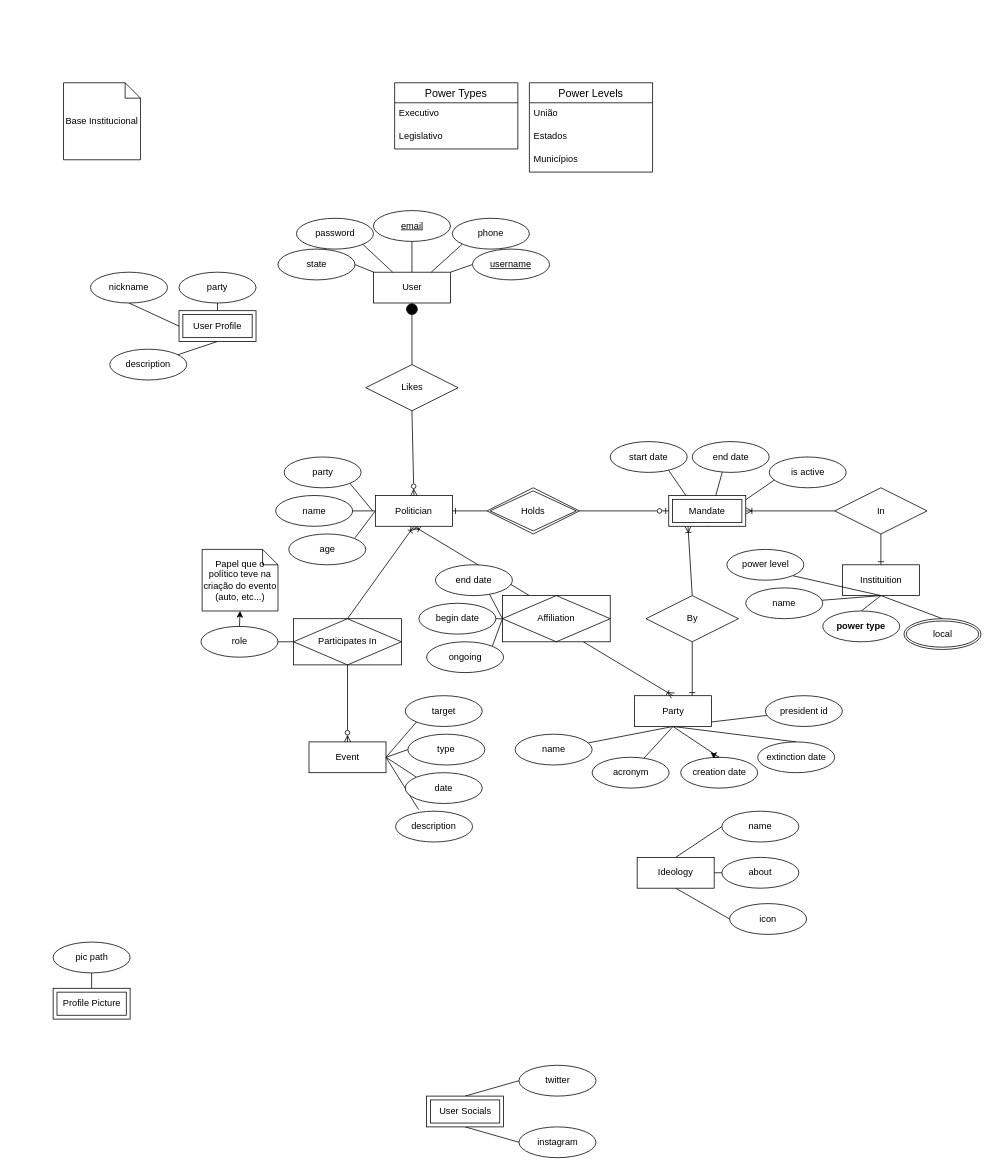
Earlier version of the draw.io diagram polelo.drawio (lik3as/polELO-django). Source tidied: cells renumbered, new cells numbered last; positions are measured from the earlier drawing's top-left corner, leaving out a move shared by most shapes. Both pictures are drawn from the tidied source at 77%, with x=0, y=0 at pixel (53, 82).
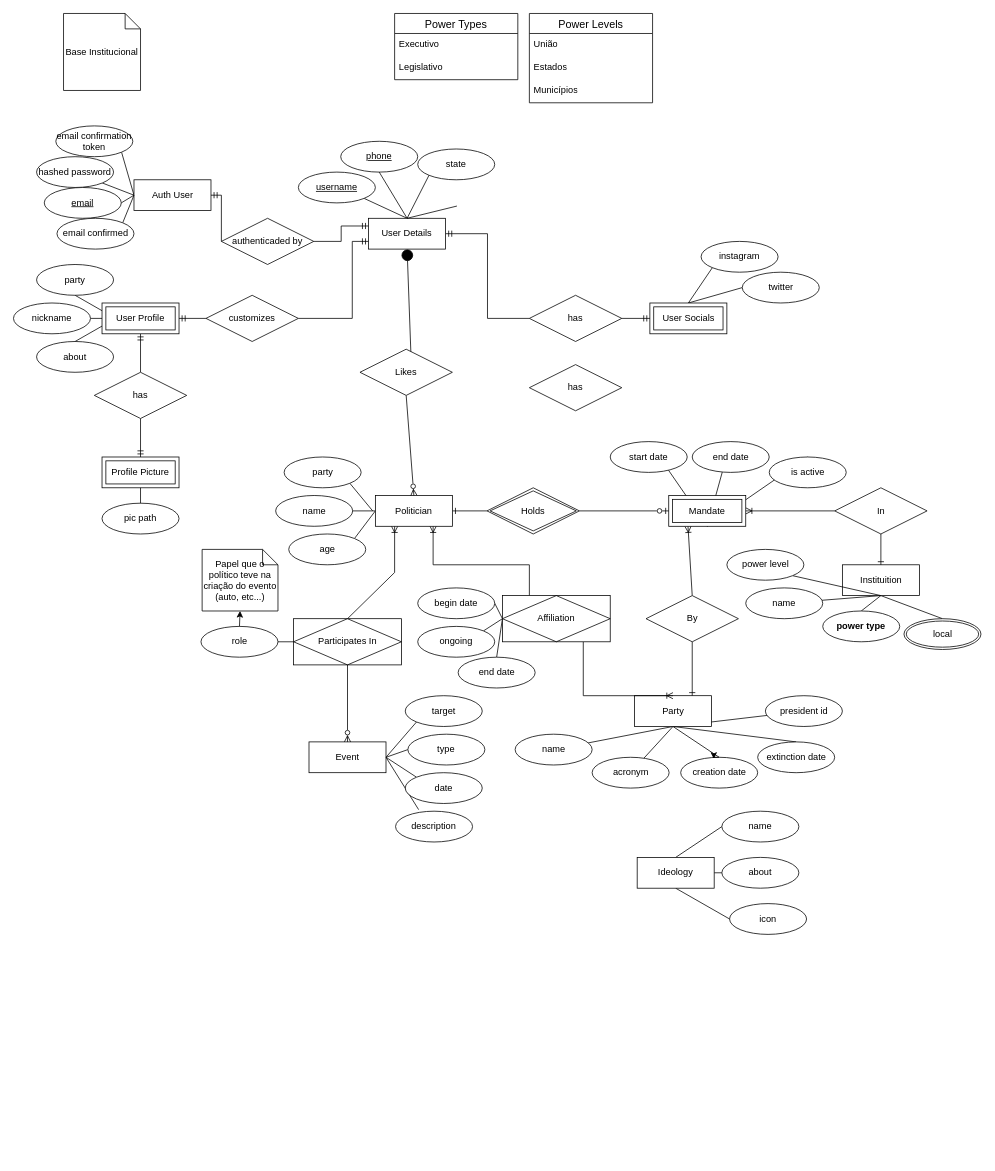
The same page after the edit.

Unchanged cells that the change refers to:
```xml
<mxCell id="8" value="Politician" style="whiteSpace=wrap;html=1;align=center;" parent="1" vertex="1">
  <mxGeometry x="418" y="536" width="100" height="40" as="geometry" />
</mxCell>
<mxCell id="51" value="Party" style="whiteSpace=wrap;html=1;align=center;" parent="1" vertex="1">
  <mxGeometry x="754.5" y="796" width="100" height="40" as="geometry" />
</mxCell>
<mxCell id="93" value="Affiliation" style="shape=associativeEntity;whiteSpace=wrap;html=1;align=center;" parent="1" vertex="1">
  <mxGeometry x="583" y="666" width="140" height="60" as="geometry" />
</mxCell>
<mxCell id="108" value="Participates In" style="shape=associativeEntity;whiteSpace=wrap;html=1;align=center;" parent="1" vertex="1">
  <mxGeometry x="311.8" y="696" width="140" height="60" as="geometry" />
</mxCell>
```

Diff of the diagram source:
```diff
@@
-    <mxCell id="6" style="rounded=0;jettySize=auto;html=1;exitX=0.5;exitY=1;exitDx=0;exitDy=0;entryX=0.25;entryY=0;entryDx=0;entryDy=0;endArrow=none;endFill=0;flowAnimation=1;startArrow=ERoneToMany;startFill=0;" parent="1" edge="1" source="8" target="93">
-      <mxGeometry relative="1" as="geometry" />
+    <mxCell id="6" style="rounded=0;jettySize=auto;html=1;exitX=0.75;exitY=1;exitDx=0;exitDy=0;entryX=0.25;entryY=0;entryDx=0;entryDy=0;endArrow=none;endFill=0;flowAnimation=1;startArrow=ERoneToMany;startFill=0;" parent="1" edge="1" source="8" target="93">
+      <mxGeometry relative="1" as="geometry">
+        <Array as="points">
+          <mxPoint x="493" y="626" />
+          <mxPoint x="618" y="626" />
+        </Array>
+      </mxGeometry>
     </mxCell>
-    <mxCell id="7" style="rounded=0;jettySize=auto;html=1;exitX=0.5;exitY=1;exitDx=0;exitDy=0;endArrow=none;endFill=0;flowAnimation=1;startArrow=ERoneToMany;startFill=0;entryX=0.5;entryY=0;entryDx=0;entryDy=0;" parent="1" edge="1" source="8" target="108">
-      <mxGeometry relative="1" as="geometry" />
+    <mxCell id="7" style="rounded=0;jettySize=auto;html=1;exitX=0.25;exitY=1;exitDx=0;exitDy=0;endArrow=none;endFill=0;flowAnimation=1;startArrow=ERoneToMany;startFill=0;entryX=0.5;entryY=0;entryDx=0;entryDy=0;" parent="1" edge="1" source="8" target="108">
+      <mxGeometry relative="1" as="geometry">
+        <Array as="points">
+          <mxPoint x="443" y="636" />
+        </Array>
+      </mxGeometry>
     </mxCell>
@@
-    <mxCell id="9" style="rounded=0;jettySize=auto;html=1;exitX=1;exitY=0;exitDx=0;exitDy=0;endArrow=none;endFill=0;entryX=0;entryY=0.5;entryDx=0;entryDy=0;" parent="1" edge="1" source="11" target="27">
+    <mxCell id="9" style="rounded=0;jettySize=auto;html=1;exitX=0.5;exitY=0;exitDx=0;exitDy=0;endArrow=none;endFill=0;entryX=1;entryY=1;entryDx=0;entryDy=0;" parent="1" edge="1" source="11" target="27">
       <mxGeometry relative="1" as="geometry" />
     </mxCell>
-    <mxCell id="10" style="rounded=0;jettySize=auto;html=1;exitX=0.5;exitY=1;exitDx=0;exitDy=0;entryX=0.5;entryY=0;entryDx=0;entryDy=0;endArrow=none;endFill=0;flowAnimation=1;startArrow=circle;startFill=1;" parent="1" edge="1" source="11" target="114">
-      <mxGeometry relative="1" as="geometry" />
+    <mxCell id="10" style="rounded=0;jettySize=auto;html=1;exitX=0.5;exitY=1;exitDx=0;exitDy=0;entryX=0.5;entryY=0;entryDx=0;entryDy=0;endArrow=none;endFill=0;flowAnimation=1;startArrow=circle;startFill=1;" parent="1" edge="1" source="11">
+      <mxGeometry relative="1" as="geometry">
+        <mxPoint x="465.4" y="386" as="targetPoint" />
+      </mxGeometry>
     </mxCell>
+    <mxCell id="115" style="rounded=0;jettySize=auto;html=1;exitX=0;exitY=0.75;exitDx=0;exitDy=0;entryX=1;entryY=0.5;entryDx=0;entryDy=0;endArrow=none;endFill=0;flowAnimation=1;startArrow=ERmandOne;startFill=0;" parent="1" edge="1" source="11" target="121">
+      <mxGeometry relative="1" as="geometry">
+        <Array as="points">
+          <mxPoint x="388" y="206" />
+          <mxPoint x="388" y="306" />
+        </Array>
+      </mxGeometry>
+    </mxCell>
+    <mxCell id="116" style="edgeStyle=orthogonalEdgeStyle;rounded=0;jettySize=auto;html=1;exitX=1;exitY=0.5;exitDx=0;exitDy=0;entryX=0;entryY=0.5;entryDx=0;entryDy=0;endArrow=none;endFill=0;flowAnimation=1;startArrow=ERmandOne;startFill=0;" parent="1" edge="1" source="11" target="125">
+      <mxGeometry relative="1" as="geometry" />
+    </mxCell>
+    <mxCell id="117" style="rounded=0;jettySize=auto;html=1;exitX=0.5;exitY=0;exitDx=0;exitDy=0;entryX=0;entryY=1;entryDx=0;entryDy=0;endArrow=none;endFill=0;" parent="1" edge="1" source="11" target="25">
+      <mxGeometry relative="1" as="geometry" />
+    </mxCell>
+    <mxCell id="118" style="edgeStyle=orthogonalEdgeStyle;rounded=0;jettySize=auto;html=1;exitX=0;exitY=0.25;exitDx=0;exitDy=0;entryX=1;entryY=0.5;entryDx=0;entryDy=0;endArrow=none;endFill=0;flowAnimation=1;startArrow=ERmandOne;startFill=0;" parent="1" edge="1" source="11" target="136">
+      <mxGeometry relative="1" as="geometry" />
+    </mxCell>
-    <mxCell id="11" value="User" style="whiteSpace=wrap;html=1;align=center;" parent="1" vertex="1">
-      <mxGeometry x="415.5" y="246" width="100" height="40" as="geometry" />
+    <mxCell id="11" value="User Details" style="whiteSpace=wrap;html=1;align=center;" parent="1" vertex="1">
+      <mxGeometry x="409.2" y="176" width="100" height="40" as="geometry" />
     </mxCell>
-    <mxCell id="12" style="rounded=0;jettySize=auto;html=1;exitX=0;exitY=0.5;exitDx=0;exitDy=0;entryX=0.5;entryY=1;entryDx=0;entryDy=0;endArrow=none;endFill=0;" parent="1" edge="1" source="30" target="26">
+    <mxCell id="12" style="rounded=0;jettySize=auto;html=1;exitX=0;exitY=0.5;exitDx=0;exitDy=0;entryX=1;entryY=0.5;entryDx=0;entryDy=0;endArrow=none;endFill=0;entryPerimeter=0;" parent="1" edge="1" source="30" target="26">
       <mxGeometry relative="1" as="geometry" />
     </mxCell>
-    <mxCell id="13" style="rounded=0;jettySize=auto;html=1;exitX=0.5;exitY=0;exitDx=0;exitDy=0;entryX=0.25;entryY=0;entryDx=0;entryDy=0;endArrow=none;endFill=0;" parent="1" edge="1" source="14" target="11">
-      <mxGeometry relative="1" as="geometry" />
-    </mxCell>
-    <mxCell id="14" value="password" style="ellipse;whiteSpace=wrap;html=1;align=center;" parent="1" vertex="1">
-      <mxGeometry x="315.5" y="176" width="100" height="40" as="geometry" />
-    </mxCell>
-    <mxCell id="15" style="rounded=0;jettySize=auto;html=1;exitX=0.5;exitY=0;exitDx=0;exitDy=0;endArrow=none;endFill=0;entryX=0.5;entryY=0;entryDx=0;entryDy=0;" parent="1" edge="1" source="16" target="11">
-      <mxGeometry relative="1" as="geometry" />
+    <mxCell id="15" style="rounded=0;jettySize=auto;html=1;exitX=0;exitY=1;exitDx=0;exitDy=0;endArrow=none;endFill=0;entryX=0.5;entryY=0;entryDx=0;entryDy=0;" parent="1" edge="1" target="11">
+      <mxGeometry relative="1" as="geometry">
+        <mxPoint x="523.9" y="160.1" as="sourcePoint" />
+      </mxGeometry>
     </mxCell>
-    <mxCell id="16" value="email" style="ellipse;whiteSpace=wrap;html=1;align=center;fontStyle=4;" parent="1" vertex="1">
-      <mxGeometry x="415.5" y="166" width="100" height="40" as="geometry" />
-    </mxCell>
-    <mxCell id="17" style="rounded=0;jettySize=auto;html=1;exitX=0.5;exitY=0;exitDx=0;exitDy=0;entryX=0.75;entryY=0;entryDx=0;entryDy=0;endArrow=none;endFill=0;" parent="1" edge="1" source="18" target="11">
+    <mxCell id="17" style="rounded=0;jettySize=auto;html=1;exitX=0.5;exitY=1;exitDx=0;exitDy=0;entryX=0.5;entryY=0;entryDx=0;entryDy=0;endArrow=none;endFill=0;" parent="1" edge="1" source="18" target="11">
       <mxGeometry relative="1" as="geometry" />
     </mxCell>
-    <mxCell id="18" value="phone" style="ellipse;whiteSpace=wrap;html=1;align=center;" parent="1" vertex="1">
-      <mxGeometry x="518" y="176" width="100" height="40" as="geometry" />
+    <mxCell id="18" value="&lt;u&gt;phone&lt;/u&gt;" style="ellipse;whiteSpace=wrap;html=1;align=center;" parent="1" vertex="1">
+      <mxGeometry x="373" y="76" width="100" height="40" as="geometry" />
     </mxCell>
@@
     <mxCell id="20" value="twitter" style="ellipse;whiteSpace=wrap;html=1;align=center;" parent="1" vertex="1">
-      <mxGeometry x="604.5" y="1276" width="100" height="40" as="geometry" />
+      <mxGeometry x="894.5" y="246" width="100" height="40" as="geometry" />
     </mxCell>
     <mxCell id="21" value="instagram" style="ellipse;whiteSpace=wrap;html=1;align=center;" parent="1" vertex="1">
-      <mxGeometry x="604.5" y="1356" width="100" height="40" as="geometry" />
+      <mxGeometry x="841" y="206" width="100" height="40" as="geometry" />
     </mxCell>
-    <mxCell id="22" style="rounded=0;jettySize=auto;html=1;exitX=0.5;exitY=1;exitDx=0;exitDy=0;entryX=0;entryY=0.5;entryDx=0;entryDy=0;endArrow=none;endFill=0;" parent="1" edge="1" source="23" target="21">
+    <mxCell id="22" style="rounded=0;jettySize=auto;html=1;exitX=0.5;exitY=0;exitDx=0;exitDy=0;entryX=0;entryY=1;entryDx=0;entryDy=0;endArrow=none;endFill=0;" parent="1" edge="1" source="23" target="21">
       <mxGeometry relative="1" as="geometry" />
     </mxCell>
     <mxCell id="23" value="User Socials" style="shape=ext;margin=3;double=1;whiteSpace=wrap;html=1;align=center;" parent="1" vertex="1">
-      <mxGeometry x="484.5" y="1316" width="100" height="40" as="geometry" />
+      <mxGeometry x="774.5" y="286" width="100" height="40" as="geometry" />
     </mxCell>
-    <mxCell id="24" style="rounded=0;jettySize=auto;html=1;exitX=0.5;exitY=0;exitDx=0;exitDy=0;endArrow=none;endFill=0;" parent="1" edge="1" source="25" target="11">
-      <mxGeometry relative="1" as="geometry" />
-    </mxCell>
     <mxCell id="25" value="state" style="ellipse;whiteSpace=wrap;html=1;align=center;" parent="1" vertex="1">
-      <mxGeometry x="291.5" y="216" width="100" height="40" as="geometry" />
+      <mxGeometry x="473" y="86" width="100" height="40" as="geometry" />
     </mxCell>
     <mxCell id="26" value="nickname" style="ellipse;whiteSpace=wrap;html=1;align=center;" parent="1" vertex="1">
-      <mxGeometry x="48" y="246" width="100" height="40" as="geometry" />
+      <mxGeometry x="-52" y="286" width="100" height="40" as="geometry" />
     </mxCell>
     <mxCell id="27" value="username" style="ellipse;whiteSpace=wrap;html=1;align=center;fontStyle=4;" parent="1" vertex="1">
-      <mxGeometry x="544.2" y="216" width="100" height="40" as="geometry" />
+      <mxGeometry x="318" y="116" width="100" height="40" as="geometry" />
     </mxCell>
-    <mxCell id="28" style="rounded=0;jettySize=auto;html=1;exitX=0.5;exitY=0;exitDx=0;exitDy=0;entryX=0.5;entryY=1;entryDx=0;entryDy=0;endArrow=none;endFill=0;" parent="1" edge="1" source="30" target="33">
+    <mxCell id="28" style="rounded=0;jettySize=auto;html=1;exitX=0;exitY=0.25;exitDx=0;exitDy=0;entryX=0.5;entryY=1;entryDx=0;entryDy=0;endArrow=none;endFill=0;" parent="1" edge="1" source="30" target="33">
       <mxGeometry relative="1" as="geometry" />
     </mxCell>
-    <mxCell id="29" style="rounded=0;jettySize=auto;html=1;exitX=0.5;exitY=1;exitDx=0;exitDy=0;endArrow=none;endFill=0;" parent="1" edge="1" source="30" target="34">
+    <mxCell id="29" style="rounded=0;jettySize=auto;html=1;exitX=0;exitY=0.75;exitDx=0;exitDy=0;endArrow=none;endFill=0;entryX=0.5;entryY=0;entryDx=0;entryDy=0;" parent="1" edge="1" source="30" target="34">
       <mxGeometry relative="1" as="geometry" />
     </mxCell>
+    <mxCell id="119" style="edgeStyle=orthogonalEdgeStyle;rounded=0;jettySize=auto;html=1;exitX=0.5;exitY=1;exitDx=0;exitDy=0;entryX=0.5;entryY=0;entryDx=0;entryDy=0;endArrow=none;endFill=0;flowAnimation=1;startArrow=ERmandOne;startFill=0;" parent="1" edge="1" source="30" target="123">
+      <mxGeometry relative="1" as="geometry" />
+    </mxCell>
     <mxCell id="30" value="User Profile" style="shape=ext;margin=3;double=1;whiteSpace=wrap;html=1;align=center;" parent="1" vertex="1">
-      <mxGeometry x="163" y="296" width="100" height="40" as="geometry" />
+      <mxGeometry x="63" y="286" width="100" height="40" as="geometry" />
     </mxCell>
@@
     <mxCell id="32" value="Profile Picture" style="shape=ext;margin=3;double=1;whiteSpace=wrap;html=1;align=center;" parent="1" vertex="1">
-      <mxGeometry x="-0.5" y="1176" width="100" height="40" as="geometry" />
+      <mxGeometry x="63" y="486" width="100" height="40" as="geometry" />
     </mxCell>
     <mxCell id="33" value="party" style="ellipse;whiteSpace=wrap;html=1;align=center;" parent="1" vertex="1">
-      <mxGeometry x="163" y="246" width="100" height="40" as="geometry" />
+      <mxGeometry x="-22" y="236" width="100" height="40" as="geometry" />
     </mxCell>
-    <mxCell id="34" value="description" style="ellipse;whiteSpace=wrap;html=1;align=center;" parent="1" vertex="1">
-      <mxGeometry x="73" y="346" width="100" height="40" as="geometry" />
+    <mxCell id="34" value="about" style="ellipse;whiteSpace=wrap;html=1;align=center;" parent="1" vertex="1">
+      <mxGeometry x="-22" y="336" width="100" height="40" as="geometry" />
     </mxCell>
@@
     <mxCell id="42" value="pic path" style="ellipse;whiteSpace=wrap;html=1;align=center;" parent="1" vertex="1">
-      <mxGeometry x="-0.5" y="1116" width="100" height="40" as="geometry" />
+      <mxGeometry x="63" y="546" width="100" height="40" as="geometry" />
     </mxCell>
@@
     <mxCell id="52" value="Power Types" style="swimlane;fontStyle=0;horizontal=1;startSize=26;align=center;fontSize=14;" parent="1" vertex="1">
-      <mxGeometry x="443" width="160" height="86" as="geometry" />
+      <mxGeometry x="443" y="-90" width="160" height="86" as="geometry" />
     </mxCell>
@@
     <mxCell id="55" value="Base Institucional" style="shape=note;size=20;whiteSpace=wrap;html=1;" parent="1" vertex="1">
-      <mxGeometry x="13" width="100" height="100" as="geometry" />
+      <mxGeometry x="13" y="-90" width="100" height="100" as="geometry" />
     </mxCell>
     <mxCell id="56" value="Power Levels" style="swimlane;fontStyle=0;horizontal=1;startSize=26;align=center;fontSize=14;" parent="1" vertex="1">
-      <mxGeometry x="618" width="160" height="116" as="geometry" />
+      <mxGeometry x="618" y="-90" width="160" height="116" as="geometry" />
     </mxCell>
@@
     <mxCell id="89" style="rounded=0;jettySize=auto;html=1;exitX=0.75;exitY=1;exitDx=0;exitDy=0;entryX=0.5;entryY=0;entryDx=0;entryDy=0;endArrow=ERoneToMany;endFill=0;flowAnimation=1;" parent="1" edge="1" source="93" target="51">
-      <mxGeometry relative="1" as="geometry" />
+      <mxGeometry relative="1" as="geometry">
+        <Array as="points">
+          <mxPoint x="688" y="796" />
+        </Array>
+      </mxGeometry>
     </mxCell>
@@
     <mxCell id="94" value="ongoing" style="ellipse;whiteSpace=wrap;html=1;align=center;" parent="1" vertex="1">
-      <mxGeometry x="484.5" y="726" width="100" height="40" as="geometry" />
+      <mxGeometry x="473" y="706" width="100" height="40" as="geometry" />
     </mxCell>
     <mxCell id="95" value="begin date" style="ellipse;whiteSpace=wrap;html=1;align=center;" parent="1" vertex="1">
-      <mxGeometry x="474.5" y="676" width="100" height="40" as="geometry" />
+      <mxGeometry x="473" y="656" width="100" height="40" as="geometry" />
     </mxCell>
     <mxCell id="96" value="end date" style="ellipse;whiteSpace=wrap;html=1;align=center;" parent="1" vertex="1">
-      <mxGeometry x="496" y="626" width="100" height="40" as="geometry" />
+      <mxGeometry x="525.5" y="746" width="100" height="40" as="geometry" />
     </mxCell>
@@
     <mxCell id="114" value="Likes" style="shape=rhombus;perimeter=rhombusPerimeter;whiteSpace=wrap;html=1;align=center;" parent="1" vertex="1">
-      <mxGeometry x="405.5" y="366" width="120" height="60" as="geometry" />
+      <mxGeometry x="398" y="346" width="120" height="60" as="geometry" />
     </mxCell>
+    <mxCell id="120" style="rounded=0;jettySize=auto;html=1;exitX=0;exitY=0.5;exitDx=0;exitDy=0;entryX=1;entryY=0.5;entryDx=0;entryDy=0;endArrow=ERmandOne;endFill=0;flowAnimation=1;" parent="1" edge="1" source="121" target="30">
+      <mxGeometry relative="1" as="geometry" />
+    </mxCell>
+    <mxCell id="121" value="customizes" style="shape=rhombus;perimeter=rhombusPerimeter;whiteSpace=wrap;html=1;align=center;" parent="1" vertex="1">
+      <mxGeometry x="198" y="276" width="120" height="60" as="geometry" />
+    </mxCell>
+    <mxCell id="122" style="rounded=0;jettySize=auto;html=1;exitX=0.5;exitY=1;exitDx=0;exitDy=0;entryX=0.5;entryY=0;entryDx=0;entryDy=0;endArrow=ERmandOne;endFill=0;flowAnimation=1;" parent="1" edge="1" source="123" target="32">
+      <mxGeometry relative="1" as="geometry" />
+    </mxCell>
+    <mxCell id="123" value="has" style="shape=rhombus;perimeter=rhombusPerimeter;whiteSpace=wrap;html=1;align=center;" parent="1" vertex="1">
+      <mxGeometry x="53" y="376" width="120" height="60" as="geometry" />
+    </mxCell>
+    <mxCell id="124" style="rounded=0;jettySize=auto;html=1;exitX=1;exitY=0.5;exitDx=0;exitDy=0;entryX=0;entryY=0.5;entryDx=0;entryDy=0;endArrow=ERmandOne;endFill=0;flowAnimation=1;" parent="1" edge="1" source="125" target="23">
+      <mxGeometry relative="1" as="geometry" />
+    </mxCell>
+    <mxCell id="125" value="has" style="shape=rhombus;perimeter=rhombusPerimeter;whiteSpace=wrap;html=1;align=center;" parent="1" vertex="1">
+      <mxGeometry x="618" y="276" width="120" height="60" as="geometry" />
+    </mxCell>
+    <mxCell id="126" value="has" style="shape=rhombus;perimeter=rhombusPerimeter;whiteSpace=wrap;html=1;align=center;" parent="1" vertex="1">
+      <mxGeometry x="618" y="366" width="120" height="60" as="geometry" />
+    </mxCell>
+    <mxCell id="127" style="rounded=0;jettySize=auto;html=1;exitX=0;exitY=0.5;exitDx=0;exitDy=0;entryX=1;entryY=0.5;entryDx=0;entryDy=0;endArrow=none;endFill=0;" parent="1" edge="1" source="130" target="16">
+      <mxGeometry relative="1" as="geometry" />
+    </mxCell>
+    <mxCell id="128" style="rounded=0;jettySize=auto;html=1;exitX=0;exitY=0.5;exitDx=0;exitDy=0;entryX=1;entryY=1;entryDx=0;entryDy=0;endArrow=none;endFill=0;" parent="1" edge="1" source="130" target="131">
+      <mxGeometry relative="1" as="geometry" />
+    </mxCell>
+    <mxCell id="129" style="rounded=0;jettySize=auto;html=1;exitX=0;exitY=0.5;exitDx=0;exitDy=0;entryX=1;entryY=1;entryDx=0;entryDy=0;endArrow=none;endFill=0;" parent="1" edge="1" source="130" target="134">
+      <mxGeometry relative="1" as="geometry" />
+    </mxCell>
+    <mxCell id="130" value="Auth User" style="whiteSpace=wrap;html=1;align=center;" parent="1" vertex="1">
+      <mxGeometry x="104.5" y="126" width="100" height="40" as="geometry" />
+    </mxCell>
+    <mxCell id="16" value="email" style="ellipse;whiteSpace=wrap;html=1;align=center;fontStyle=4;" parent="1" vertex="1">
+      <mxGeometry x="-12" y="136" width="100" height="40" as="geometry" />
+    </mxCell>
+    <mxCell id="131" value="hashed password" style="ellipse;whiteSpace=wrap;html=1;align=center;" parent="1" vertex="1">
+      <mxGeometry x="-22" y="96" width="100" height="40" as="geometry" />
+    </mxCell>
+    <mxCell id="132" style="rounded=0;jettySize=auto;html=1;exitX=1;exitY=0;exitDx=0;exitDy=0;entryX=0;entryY=0.5;entryDx=0;entryDy=0;endArrow=none;endFill=0;" parent="1" edge="1" source="133" target="130">
+      <mxGeometry relative="1" as="geometry" />
+    </mxCell>
+    <mxCell id="133" value="email confirmed" style="ellipse;whiteSpace=wrap;html=1;align=center;" parent="1" vertex="1">
+      <mxGeometry x="4.5" y="176" width="100" height="40" as="geometry" />
+    </mxCell>
+    <mxCell id="134" value="email confirmation token" style="ellipse;whiteSpace=wrap;html=1;align=center;" parent="1" vertex="1">
+      <mxGeometry x="3" y="56" width="100" height="40" as="geometry" />
+    </mxCell>
+    <mxCell id="135" style="rounded=0;jettySize=auto;html=1;exitX=0;exitY=0.5;exitDx=0;exitDy=0;entryX=1;entryY=0.5;entryDx=0;entryDy=0;edgeStyle=orthogonalEdgeStyle;endArrow=ERmandOne;endFill=0;flowAnimation=1;" parent="1" edge="1" source="136" target="130">
+      <mxGeometry relative="1" as="geometry">
+        <Array as="points">
+          <mxPoint x="218" y="146" />
+        </Array>
+      </mxGeometry>
+    </mxCell>
+    <mxCell id="136" value="authenticaded by" style="shape=rhombus;perimeter=rhombusPerimeter;whiteSpace=wrap;html=1;align=center;" parent="1" vertex="1">
+      <mxGeometry x="218" y="176" width="120" height="60" as="geometry" />
+    </mxCell>
```
